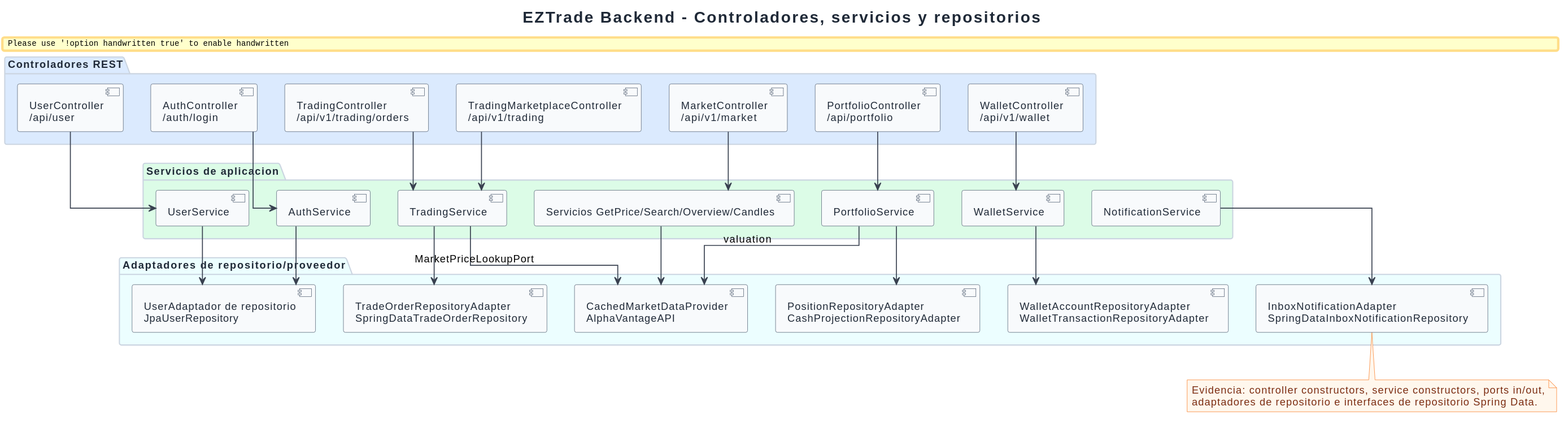
The PlantUML diagram EZTrade/docs/engineering-diagrams/02-backend/rendered/service-controller-repository-map.svg in SergioGarciaRuiz557/EZTrade, before a commit. Source of this version:
```plantuml
@startuml
!include ../../common/eztrade-style.puml

title EZTrade Backend - Controladores, servicios y repositorios

package "Controladores REST" as Controllers EZ_FRONTEND {
  component "AuthController\n/auth/login" as AuthController
  component "UserController\n/api/user" as UserController
  component "MarketController\n/api/v1/market" as MarketController
  component "TradingController\n/api/v1/trading/orders" as TradingController
  component "TradingMarketplaceController\n/api/v1/trading" as MarketplaceController
  component "WalletController\n/api/v1/wallet" as WalletController
  component "PortfolioController\n/api/portfolio" as PortfolioController
}

package "Servicios de aplicacion" as Services EZ_BACKEND {
  component "AuthService" as AuthService
  component "UserService" as UserService
  component "Servicios GetPrice/Search/Overview/Candles" as MarketServices
  component "TradingService" as TradingService
  component "WalletService" as WalletService
  component "PortfolioService" as PortfolioService
  component "NotificationService" as NotificationService
}

package "Adaptadores de repositorio/proveedor" as Adapters EZ_DB {
  component "UserAdaptador de repositorio\nJpaUserRepository" as UserRepo
  component "TradeOrderRepositoryAdapter\nSpringDataTradeOrderRepository" as TradingRepo
  component "WalletAccountRepositoryAdapter\nWalletTransactionRepositoryAdapter" as WalletRepo
  component "PositionRepositoryAdapter\nCashProjectionRepositoryAdapter" as PortfolioRepo
  component "CachedMarketDataProvider\nAlphaVantageAPI" as MarketProvider
  component "InboxNotificationAdapter\nSpringDataInboxNotificationRepository" as InboxRepo
}

AuthController --> AuthService
UserController --> UserService
MarketController --> MarketServices
TradingController --> TradingService
MarketplaceController --> TradingService
WalletController --> WalletService
PortfolioController --> PortfolioService

AuthService --> UserRepo
UserService --> UserRepo
MarketServices --> MarketProvider
TradingService --> TradingRepo
TradingService --> MarketProvider : MarketPriceLookupPort
WalletService --> WalletRepo
PortfolioService --> PortfolioRepo
PortfolioService --> MarketProvider : valuation
NotificationService --> InboxRepo

note bottom
Evidencia: controller constructors, service constructors, ports in/out,
adaptadores de repositorio e interfaces de repositorio Spring Data.
end note
@enduml
```
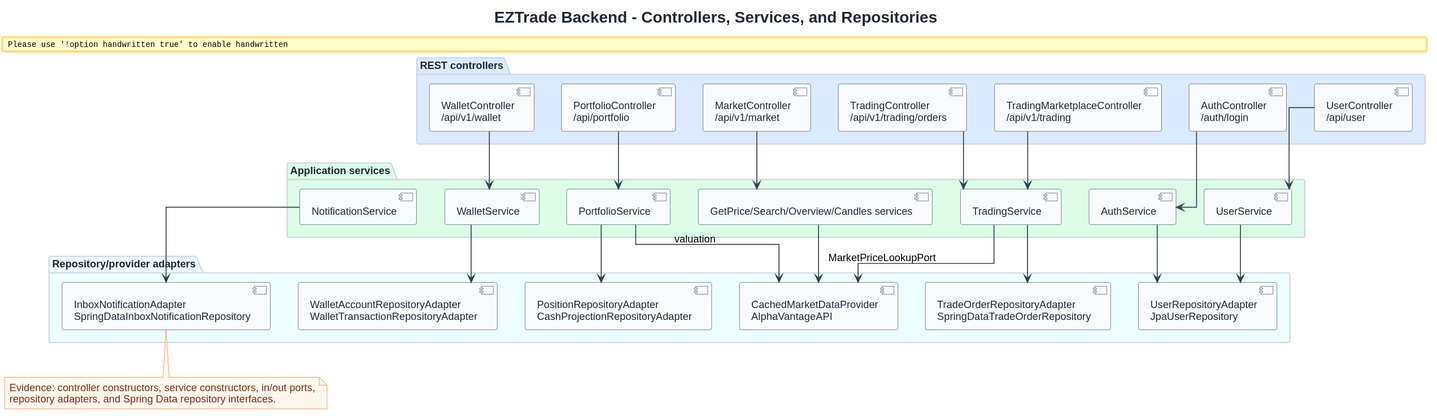
After the commit.

What changed in the source:
```diff
@@ -1,9 +1,9 @@
 @startuml
 !include ../../common/eztrade-style.puml
 
-title EZTrade Backend - Controladores, servicios y repositorios
+title EZTrade Backend - Controllers, Services, and Repositories
 
-package "Controladores REST" as Controllers EZ_FRONTEND {
+package "REST controllers" as Controllers EZ_FRONTEND {
   component "AuthController\n/auth/login" as AuthController
   component "UserController\n/api/user" as UserController
   component "MarketController\n/api/v1/market" as MarketController
@@ -13,18 +13,18 @@
   component "PortfolioController\n/api/portfolio" as PortfolioController
 }
 
-package "Servicios de aplicacion" as Services EZ_BACKEND {
+package "Application services" as Services EZ_BACKEND {
   component "AuthService" as AuthService
   component "UserService" as UserService
-  component "Servicios GetPrice/Search/Overview/Candles" as MarketServices
+  component "GetPrice/Search/Overview/Candles services" as MarketServices
   component "TradingService" as TradingService
   component "WalletService" as WalletService
   component "PortfolioService" as PortfolioService
   component "NotificationService" as NotificationService
 }
 
-package "Adaptadores de repositorio/proveedor" as Adapters EZ_DB {
-  component "UserAdaptador de repositorio\nJpaUserRepository" as UserRepo
+package "Repository/provider adapters" as Adapters EZ_DB {
+  component "UserRepositoryAdapter\nJpaUserRepository" as UserRepo
   component "TradeOrderRepositoryAdapter\nSpringDataTradeOrderRepository" as TradingRepo
   component "WalletAccountRepositoryAdapter\nWalletTransactionRepositoryAdapter" as WalletRepo
   component "PositionRepositoryAdapter\nCashProjectionRepositoryAdapter" as PortfolioRepo
@@ -51,7 +51,7 @@
 NotificationService --> InboxRepo
 
 note bottom
-Evidencia: controller constructors, service constructors, ports in/out,
-adaptadores de repositorio e interfaces de repositorio Spring Data.
+Evidence: controller constructors, service constructors, in/out ports,
+repository adapters, and Spring Data repository interfaces.
 end note
 @enduml
```
